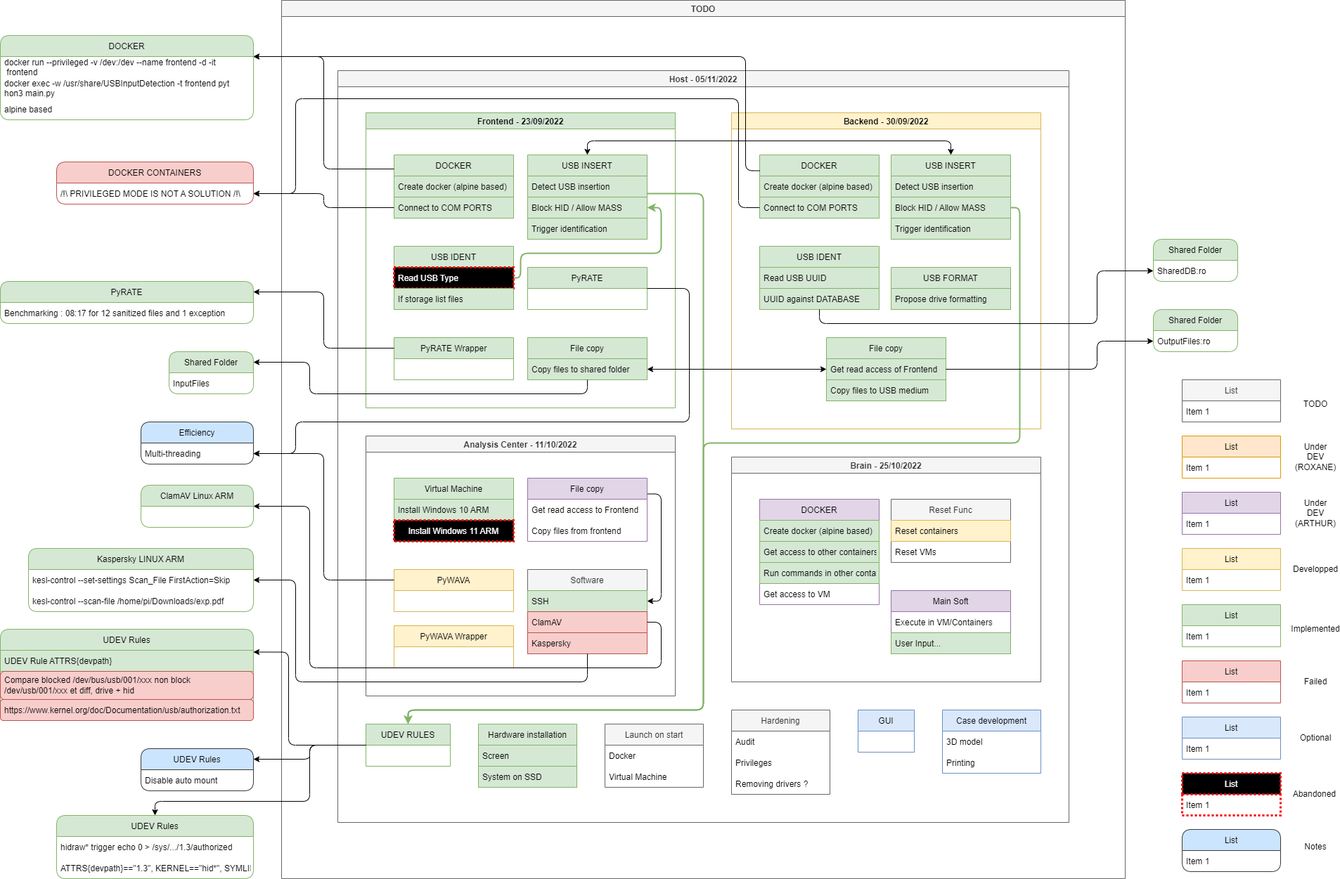
The draw.io diagram Images/status.png in PetitPrinc3/Asterix, before a commit. Source tidied: cells renumbered, new cells last; positions are measured from the earlier drawing's top-left corner, leaving out a move shared by most shapes.
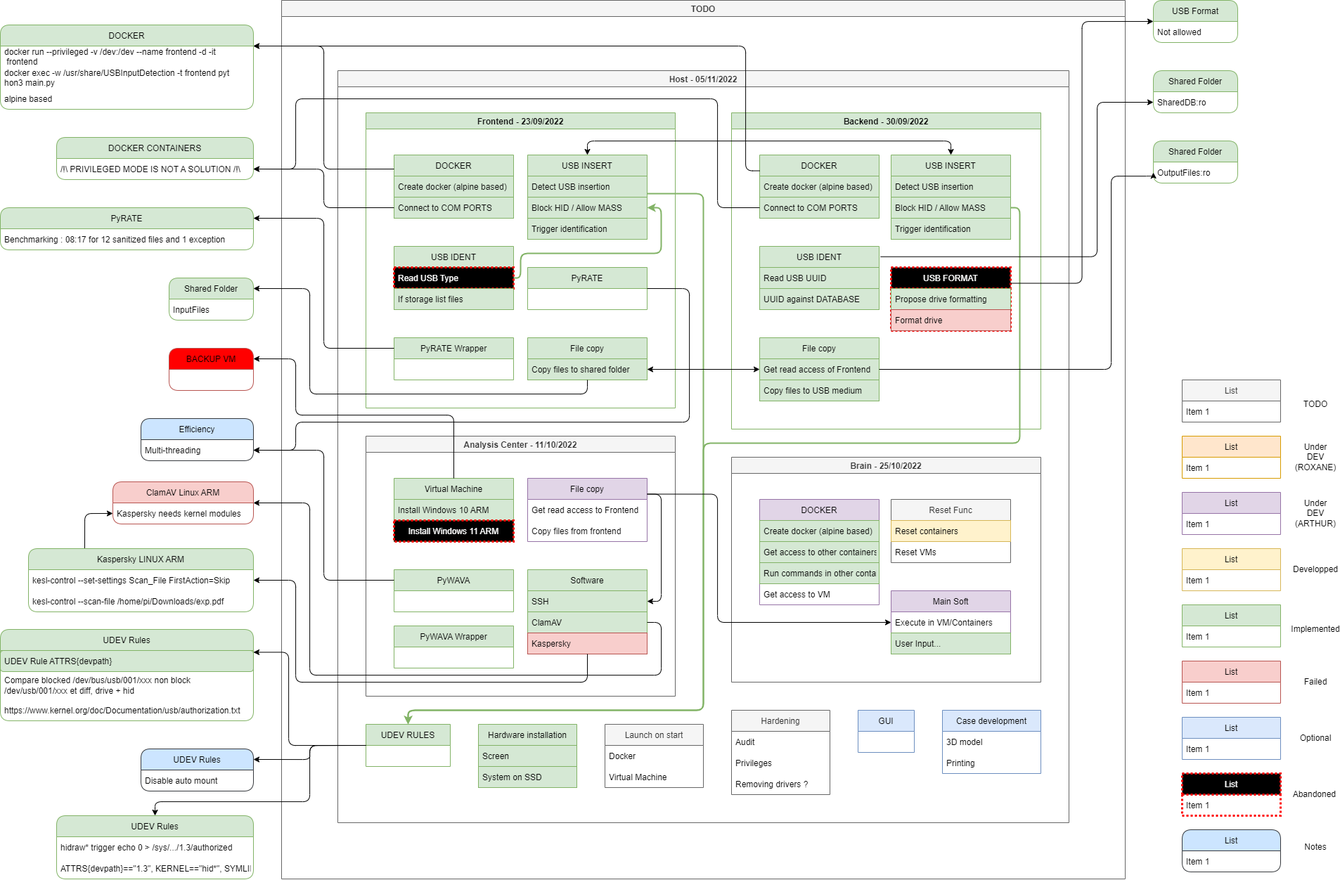
Above is the later version.

What changed in the source:
```diff
@@ -65,3 +65,3 @@
     </mxCell>
-    <mxCell id="20" value="Backend - 30/09/2022" style="swimlane;fillColor=#fff2cc;strokeColor=#d6b656;" parent="3" vertex="1">
+    <mxCell id="20" value="Backend - 30/09/2022" style="swimlane;fillColor=#d5e8d4;strokeColor=#82b366;" parent="3" vertex="1">
       <mxGeometry x="560" y="60" width="440" height="450" as="geometry" />
@@ -89,4 +89,4 @@
     </mxCell>
-    <mxCell id="28" value="USB FORMAT" style="swimlane;fontStyle=0;horizontal=1;startSize=30;fillColor=#d5e8d4;strokeColor=#82b366;" parent="20" vertex="1">
-      <mxGeometry x="227" y="220" width="170" height="60" as="geometry" />
+    <mxCell id="28" value="USB FORMAT" style="swimlane;fontStyle=0;horizontal=1;startSize=30;fillColor=#000000;strokeColor=#FF0000;fontColor=#FFFFFF;dashed=1;dashPattern=1 1;strokeWidth=3;" parent="20" vertex="1">
+      <mxGeometry x="227" y="220" width="170" height="90" as="geometry" />
     </mxCell>
@@ -95,2 +95,5 @@
     </mxCell>
+    <mxCell id="152" value="Format drive" style="text;strokeColor=#b85450;fillColor=#f8cecc;align=left;verticalAlign=middle;spacingLeft=4;spacingRight=4;overflow=hidden;" parent="28" vertex="1">
+      <mxGeometry y="60" width="170" height="30" as="geometry" />
+    </mxCell>
     <mxCell id="30" value="DOCKER" style="swimlane;fontStyle=0;horizontal=1;startSize=30;fillColor=#d5e8d4;strokeColor=#82b366;" parent="20" vertex="1">
@@ -105,3 +108,3 @@
     <mxCell id="33" value="File copy" style="swimlane;fontStyle=0;horizontal=1;startSize=30;fillColor=#d5e8d4;strokeColor=#82b366;" parent="20" vertex="1">
-      <mxGeometry x="135" y="320" width="170" height="90" as="geometry" />
+      <mxGeometry x="40" y="320" width="170" height="90" as="geometry" />
     </mxCell>
@@ -137,9 +140,9 @@
     </mxCell>
-    <mxCell id="44" value="PyWAVA" style="swimlane;fontStyle=0;horizontal=1;startSize=30;fillColor=#fff2cc;strokeColor=#d6b656;" parent="36" vertex="1">
+    <mxCell id="44" value="PyWAVA" style="swimlane;fontStyle=0;horizontal=1;startSize=30;fillColor=#d5e8d4;strokeColor=#82b366;" parent="36" vertex="1">
       <mxGeometry x="40" y="190" width="170" height="60" as="geometry" />
     </mxCell>
-    <mxCell id="45" value="PyWAVA Wrapper" style="swimlane;fontStyle=0;horizontal=1;startSize=30;fillColor=#fff2cc;strokeColor=#d6b656;" parent="36" vertex="1">
+    <mxCell id="45" value="PyWAVA Wrapper" style="swimlane;fontStyle=0;horizontal=1;startSize=30;fillColor=#d5e8d4;strokeColor=#82b366;" parent="36" vertex="1">
       <mxGeometry x="40" y="270" width="170" height="60" as="geometry" />
     </mxCell>
-    <mxCell id="46" value="Software" style="swimlane;fontStyle=0;horizontal=1;startSize=30;fillColor=#f5f5f5;fontColor=#333333;strokeColor=#666666;" parent="36" vertex="1">
+    <mxCell id="46" value="Software" style="swimlane;fontStyle=0;horizontal=1;startSize=30;fillColor=#d5e8d4;strokeColor=#82b366;" parent="36" vertex="1">
       <mxGeometry x="230" y="190" width="170" height="120" as="geometry" />
@@ -149,3 +152,3 @@
     </mxCell>
-    <mxCell id="48" value="ClamAV" style="text;strokeColor=#b85450;fillColor=#f8cecc;align=left;verticalAlign=middle;spacingLeft=4;spacingRight=4;overflow=hidden;points=[[0,0.5],[1,0.5]];portConstraint=eastwest;" parent="46" vertex="1">
+    <mxCell id="48" value="ClamAV" style="text;strokeColor=#82b366;fillColor=#d5e8d4;align=left;verticalAlign=middle;spacingLeft=4;spacingRight=4;overflow=hidden;points=[[0,0.5],[1,0.5]];portConstraint=eastwest;" parent="46" vertex="1">
       <mxGeometry y="60" width="170" height="30" as="geometry" />
@@ -263,4 +266,12 @@
     </mxCell>
+    <mxCell id="153" style="edgeStyle=orthogonalEdgeStyle;rounded=1;jettySize=auto;html=1;exitX=1;exitY=0.25;exitDx=0;exitDy=0;entryX=0;entryY=0.5;entryDx=0;entryDy=0;" parent="3" edge="1" source="41" target="52">
+      <mxGeometry relative="1" as="geometry">
+        <Array as="points">
+          <mxPoint x="540" y="602" />
+          <mxPoint x="540" y="785" />
+        </Array>
+      </mxGeometry>
+    </mxCell>
     <mxCell id="81" value="DOCKER" style="swimlane;fontStyle=0;horizontal=1;startSize=30;rounded=1;fillColor=#d5e8d4;strokeColor=#82b366;" parent="1" vertex="1">
-      <mxGeometry y="50" width="360" height="120" as="geometry" />
+      <mxGeometry y="35" width="360" height="120" as="geometry" />
     </mxCell>
@@ -280,3 +291,3 @@
           <mxPoint x="460" y="240" />
-          <mxPoint x="460" y="80" />
+          <mxPoint x="460" y="65" />
         </Array>
@@ -287,9 +298,9 @@
     </mxCell>
-    <mxCell id="87" value="UDEV Rule ATTRS{devpath}" style="text;strokeColor=#82b366;fillColor=#d5e8d4;align=left;verticalAlign=middle;spacingLeft=4;spacingRight=4;overflow=hidden;" parent="86" vertex="1">
+    <mxCell id="87" value="UDEV Rule ATTRS{devpath}" style="text;strokeColor=#82b366;fillColor=#d5e8d4;align=left;verticalAlign=middle;spacingLeft=4;spacingRight=4;overflow=hidden;rounded=1;" parent="86" vertex="1">
       <mxGeometry y="30" width="360" height="30" as="geometry" />
     </mxCell>
-    <mxCell id="88" value="Compare blocked /dev/bus/usb/001/xxx non block /dev/usb/001/xxx et diff, drive + hid" style="text;strokeColor=#b85450;fillColor=#f8cecc;align=left;verticalAlign=middle;spacingLeft=4;spacingRight=4;overflow=hidden;whiteSpace=wrap;rounded=1;" parent="86" vertex="1">
+    <mxCell id="88" value="Compare blocked /dev/bus/usb/001/xxx non block /dev/usb/001/xxx et diff, drive + hid" style="text;align=left;verticalAlign=middle;spacingLeft=4;spacingRight=4;overflow=hidden;whiteSpace=wrap;rounded=1;" parent="86" vertex="1">
       <mxGeometry y="60" width="360" height="40" as="geometry" />
     </mxCell>
-    <mxCell id="89" value="https://www.kernel.org/doc/Documentation/usb/authorization.txt" style="text;strokeColor=#b85450;fillColor=#f8cecc;align=left;verticalAlign=middle;spacingLeft=4;spacingRight=4;overflow=hidden;fillStyle=auto;rounded=1;" parent="86" vertex="1">
+    <mxCell id="89" value="https://www.kernel.org/doc/Documentation/usb/authorization.txt" style="text;align=left;verticalAlign=middle;spacingLeft=4;spacingRight=4;overflow=hidden;fillStyle=auto;rounded=1;" parent="86" vertex="1">
       <mxGeometry y="100" width="360" height="30" as="geometry" />
@@ -300,3 +311,3 @@
           <mxPoint x="1060" y="243" />
-          <mxPoint x="1060" y="80" />
+          <mxPoint x="1060" y="65" />
         </Array>
@@ -313,3 +324,3 @@
     <mxCell id="92" value="PyRATE" style="swimlane;fontStyle=0;horizontal=1;startSize=30;rounded=1;fillColor=#d5e8d4;strokeColor=#82b366;" parent="1" vertex="1">
-      <mxGeometry y="400" width="360" height="60" as="geometry" />
+      <mxGeometry y="295" width="360" height="60" as="geometry" />
     </mxCell>
@@ -322,3 +333,3 @@
     <mxCell id="95" value="Shared Folder" style="swimlane;fontStyle=0;horizontal=1;startSize=30;rounded=1;fillColor=#d5e8d4;strokeColor=#82b366;" parent="1" vertex="1">
-      <mxGeometry x="240" y="500" width="120" height="60" as="geometry" />
+      <mxGeometry x="240" y="395" width="120" height="60" as="geometry" />
     </mxCell>
@@ -332,3 +343,3 @@
           <mxPoint x="440" y="560" />
-          <mxPoint x="440" y="515" />
+          <mxPoint x="440" y="410" />
         </Array>
@@ -337,3 +348,3 @@
     <mxCell id="98" value="Shared Folder" style="swimlane;fontStyle=0;horizontal=1;startSize=30;rounded=1;fillColor=#d5e8d4;strokeColor=#82b366;" parent="1" vertex="1">
-      <mxGeometry x="1640" y="440" width="120" height="60" as="geometry" />
+      <mxGeometry x="1640" y="200" width="120" height="60" as="geometry" />
     </mxCell>
@@ -345,4 +356,5 @@
         <Array as="points">
-          <mxPoint x="1560" y="525" />
-          <mxPoint x="1560" y="485" />
+          <mxPoint x="1580" y="525" />
+          <mxPoint x="1580" y="250" />
+          <mxPoint x="1640" y="250" />
         </Array>
@@ -432,3 +444,3 @@
     <mxCell id="128" value="Shared Folder" style="swimlane;fontStyle=0;horizontal=1;startSize=30;rounded=1;fillColor=#d5e8d4;strokeColor=#82b366;" parent="1" vertex="1">
-      <mxGeometry x="1640" y="340" width="120" height="60" as="geometry" />
+      <mxGeometry x="1640" y="100" width="120" height="60" as="geometry" />
     </mxCell>
@@ -437,8 +449,7 @@
     </mxCell>
-    <mxCell id="130" style="edgeStyle=orthogonalEdgeStyle;rounded=1;jettySize=auto;html=1;exitX=0.5;exitY=1;exitDx=0;exitDy=0;entryX=0;entryY=0.5;entryDx=0;entryDy=0;strokeColor=#000000;strokeWidth=1;" parent="1" edge="1" source="25" target="129">
+    <mxCell id="130" style="edgeStyle=orthogonalEdgeStyle;rounded=1;jettySize=auto;html=1;exitX=1.012;exitY=0.164;exitDx=0;exitDy=0;entryX=0;entryY=0.5;entryDx=0;entryDy=0;strokeColor=#000000;strokeWidth=1;exitPerimeter=0;" parent="1" edge="1" source="25" target="129">
       <mxGeometry relative="1" as="geometry">
         <Array as="points">
-          <mxPoint x="1165" y="460" />
-          <mxPoint x="1560" y="460" />
-          <mxPoint x="1560" y="385" />
+          <mxPoint x="1560" y="365" />
+          <mxPoint x="1560" y="145" />
         </Array>
@@ -456,3 +467,3 @@
     <mxCell id="134" value="Efficiency" style="swimlane;fontStyle=0;horizontal=1;startSize=30;rounded=1;fillColor=#cce5ff;strokeColor=#36393d;" parent="1" vertex="1">
-      <mxGeometry x="200" y="600" width="160" height="60" as="geometry" />
+      <mxGeometry x="200" y="595" width="160" height="60" as="geometry" />
     </mxCell>
@@ -467,3 +478,3 @@
           <mxPoint x="420" y="600" />
-          <mxPoint x="420" y="645" />
+          <mxPoint x="420" y="640" />
         </Array>
@@ -471,8 +482,7 @@
     </mxCell>
-    <mxCell id="137" style="edgeStyle=orthogonalEdgeStyle;rounded=1;jettySize=auto;html=1;exitX=0;exitY=0.25;exitDx=0;exitDy=0;" parent="1" edge="1" source="44">
+    <mxCell id="137" style="edgeStyle=orthogonalEdgeStyle;rounded=1;jettySize=auto;html=1;exitX=0;exitY=0.25;exitDx=0;exitDy=0;entryX=1;entryY=0.5;entryDx=0;entryDy=0;" parent="1" edge="1" source="44" target="135">
       <mxGeometry relative="1" as="geometry">
-        <mxPoint x="360" y="645" as="targetPoint" />
         <Array as="points">
           <mxPoint x="460" y="825" />
-          <mxPoint x="460" y="645" />
+          <mxPoint x="460" y="640" />
         </Array>
@@ -498,4 +508,4 @@
     </mxCell>
-    <mxCell id="142" value="DOCKER CONTAINERS" style="swimlane;fontStyle=0;horizontal=1;startSize=30;rounded=1;fillColor=#f8cecc;strokeColor=#b85450;" parent="1" vertex="1">
-      <mxGeometry x="80" y="230" width="280" height="60" as="geometry" />
+    <mxCell id="142" value="DOCKER CONTAINERS" style="swimlane;fontStyle=0;horizontal=1;startSize=30;rounded=1;fillColor=#d5e8d4;strokeColor=#82b366;" parent="1" vertex="1">
+      <mxGeometry x="80" y="195" width="280" height="60" as="geometry" />
     </mxCell>
@@ -510,6 +520,6 @@
         <Array as="points">
-          <mxPoint x="1050" y="295" />
-          <mxPoint x="1050" y="140" />
+          <mxPoint x="1020" y="295" />
+          <mxPoint x="1020" y="140" />
           <mxPoint x="420" y="140" />
-          <mxPoint x="420" y="275" />
+          <mxPoint x="420" y="240" />
         </Array>
@@ -517,2 +527,5 @@
     </mxCell>
+    <mxCell id="154" style="edgeStyle=orthogonalEdgeStyle;rounded=1;jettySize=auto;html=1;exitX=0.25;exitY=0;exitDx=0;exitDy=0;entryX=0;entryY=0.5;entryDx=0;entryDy=0;" parent="1" edge="1" source="146" target="155">
+      <mxGeometry relative="1" as="geometry" />
+    </mxCell>
     <mxCell id="146" value="Kaspersky LINUX ARM" style="swimlane;fontStyle=0;horizontal=1;startSize=30;rounded=1;fillColor=#d5e8d4;strokeColor=#82b366;" parent="1" vertex="1">
@@ -535,5 +548,8 @@
     </mxCell>
-    <mxCell id="150" value="ClamAV Linux ARM" style="swimlane;fontStyle=0;horizontal=1;startSize=30;rounded=1;fillColor=#d5e8d4;strokeColor=#82b366;" parent="1" vertex="1">
-      <mxGeometry x="200" y="690" width="160" height="60" as="geometry" />
+    <mxCell id="150" value="ClamAV Linux ARM" style="swimlane;fontStyle=0;horizontal=1;startSize=30;rounded=1;fillColor=#f8cecc;strokeColor=#b85450;" parent="1" vertex="1">
+      <mxGeometry x="160" y="685" width="200" height="60" as="geometry" />
     </mxCell>
+    <mxCell id="155" value="Kaspersky needs kernel modules" style="text;strokeColor=none;fillColor=none;align=left;verticalAlign=middle;spacingLeft=4;spacingRight=4;overflow=hidden;points=[[0,0.5],[1,0.5]];portConstraint=eastwest;" parent="150" vertex="1">
+      <mxGeometry y="30" width="200" height="30" as="geometry" />
+    </mxCell>
     <mxCell id="151" style="edgeStyle=orthogonalEdgeStyle;rounded=1;jettySize=auto;html=1;exitX=1;exitY=0.5;exitDx=0;exitDy=0;entryX=1;entryY=0.5;entryDx=0;entryDy=0;" parent="1" edge="1" source="48" target="150">
@@ -542,5 +558,5 @@
           <mxPoint x="940" y="885" />
-          <mxPoint x="940" y="950" />
-          <mxPoint x="440" y="950" />
-          <mxPoint x="440" y="720" />
+          <mxPoint x="940" y="960" />
+          <mxPoint x="440" y="960" />
+          <mxPoint x="440" y="715" />
         </Array>
@@ -548,2 +564,23 @@
     </mxCell>
+    <mxCell id="156" value="USB Format" style="swimlane;fontStyle=0;horizontal=1;startSize=30;rounded=1;fillColor=#d5e8d4;strokeColor=#82b366;" parent="1" vertex="1">
+      <mxGeometry x="1640" width="120" height="60" as="geometry" />
+    </mxCell>
+    <mxCell id="157" value="Not allowed" style="text;strokeColor=none;fillColor=none;align=left;verticalAlign=middle;spacingLeft=4;spacingRight=4;overflow=hidden;" parent="156" vertex="1">
+      <mxGeometry y="30" width="120" height="30" as="geometry" />
+    </mxCell>
+    <mxCell id="158" style="edgeStyle=orthogonalEdgeStyle;rounded=1;jettySize=auto;html=1;exitX=1;exitY=0.25;exitDx=0;exitDy=0;entryX=0;entryY=0.5;entryDx=0;entryDy=0;" parent="1" edge="1" source="28" target="156">
+      <mxGeometry relative="1" as="geometry" />
+    </mxCell>
+    <mxCell id="159" value="BACKUP VM" style="swimlane;fontStyle=0;horizontal=1;startSize=30;rounded=1;fillColor=#FF0000;strokeColor=#b85450;" parent="1" vertex="1">
+      <mxGeometry x="240" y="495" width="120" height="60" as="geometry" />
+    </mxCell>
+    <mxCell id="160" style="edgeStyle=orthogonalEdgeStyle;rounded=1;jettySize=auto;html=1;exitX=0.5;exitY=0;exitDx=0;exitDy=0;entryX=1;entryY=0.25;entryDx=0;entryDy=0;" parent="1" edge="1" source="37" target="159">
+      <mxGeometry relative="1" as="geometry">
+        <Array as="points">
+          <mxPoint x="645" y="590" />
+          <mxPoint x="420" y="590" />
+          <mxPoint x="420" y="510" />
+        </Array>
+      </mxGeometry>
+    </mxCell>
   </root>
```
